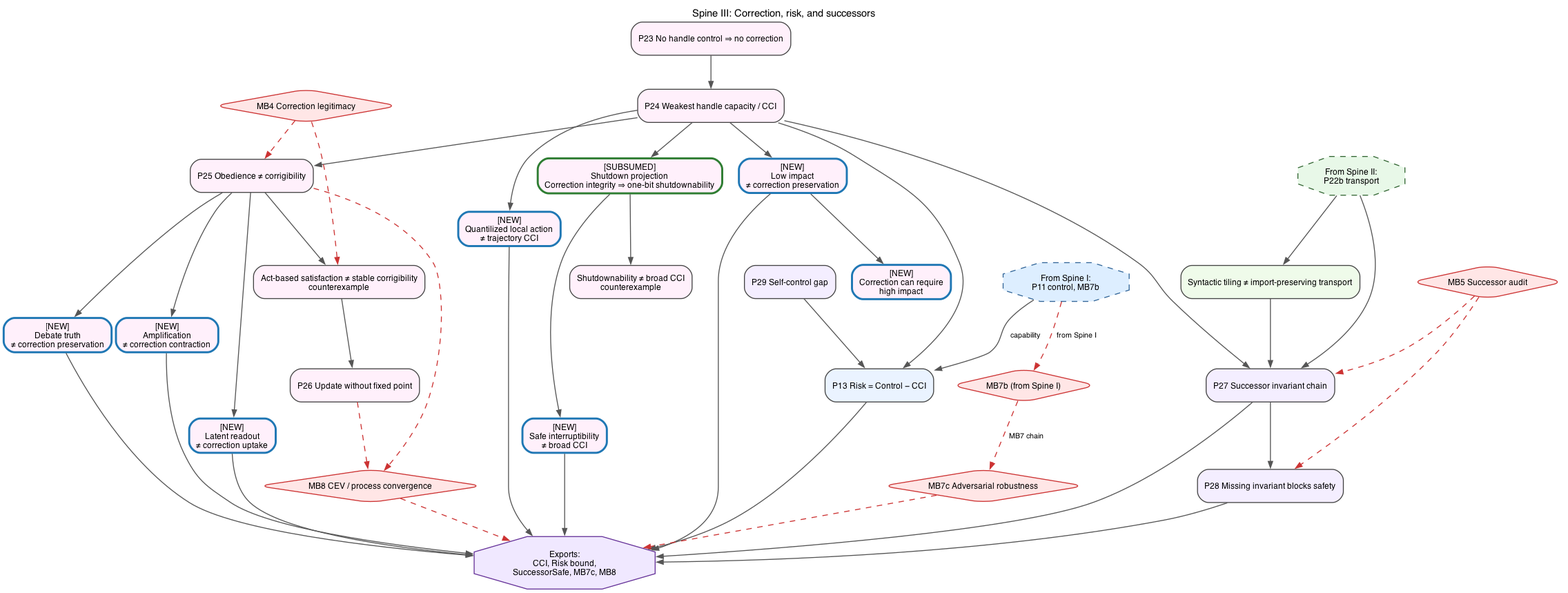
Earlier version of the Graphviz export figures/lean_proof/03-correction-successors.png (GunnarZarncke/towards-asi-alignment). Its source is kept beside it as context/lean_proof_graphs/03-correction-successors.dot.
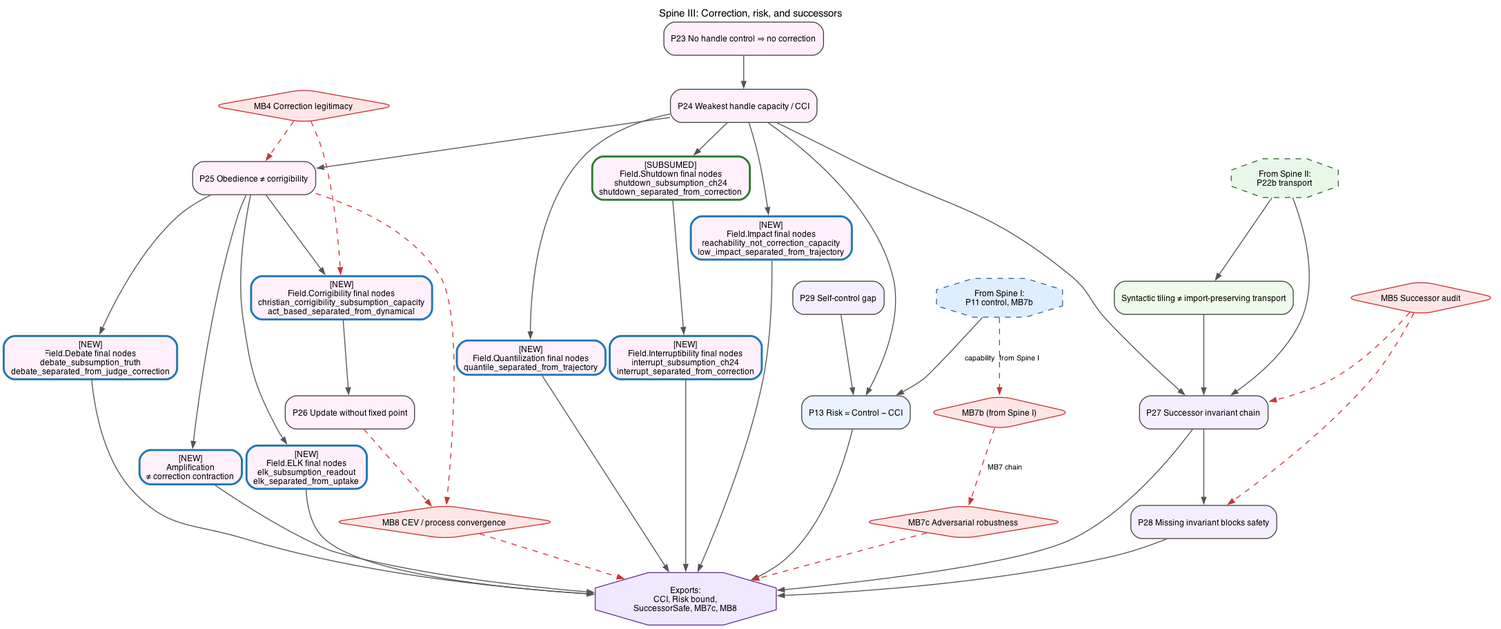
The same diagram one commit later.

Diff of the diagram source:
```diff
@@ -14,17 +14,15 @@
 
   P23 [label="P23 No handle control ⇒ no correction", fillcolor="#FFF0FB"];
   P24 [label="P24 Weakest handle capacity / CCI", fillcolor="#FFF0FB"];
-  P24S [label="[SUBSUMED]\nShutdown projection\nCorrection integrity ⇒ one-bit shutdownability", fillcolor="#FFF0FB", color="#2E7D32", penwidth=2.2];
-  P24X [label="Shutdownability ≠ broad CCI\ncounterexample", fillcolor="#FFF0FB"];
-  P24I [label="[NEW]\nSafe interruptibility\n≠ broad CCI", fillcolor="#FFF0FB", color="#1F77B4", penwidth=2.2];
-  P24L [label="[NEW]\nLow impact\n≠ correction preservation", fillcolor="#FFF0FB", color="#1F77B4", penwidth=2.2];
-  P24H [label="[NEW]\nCorrection can require\nhigh impact", fillcolor="#FFF0FB", color="#1F77B4", penwidth=2.2];
-  P24Q [label="[NEW]\nQuantilized local action\n≠ trajectory CCI", fillcolor="#FFF0FB", color="#1F77B4", penwidth=2.2];
+  FSHUT [label="[SUBSUMED]\nField.Shutdown final nodes\nshutdown_subsumption_ch24\nshutdown_separated_from_correction", fillcolor="#FFF0FB", color="#2E7D32", penwidth=2.2];
+  FINT [label="[NEW]\nField.Interruptibility final nodes\ninterrupt_subsumption_ch24\ninterrupt_separated_from_correction", fillcolor="#FFF0FB", color="#1F77B4", penwidth=2.2];
+  FIMPACT [label="[NEW]\nField.Impact final nodes\nreachability_not_correction_capacity\nlow_impact_separated_from_trajectory", fillcolor="#FFF0FB", color="#1F77B4", penwidth=2.2];
+  FQUANT [label="[NEW]\nField.Quantilization final nodes\nquantile_separated_from_trajectory", fillcolor="#FFF0FB", color="#1F77B4", penwidth=2.2];
   P25 [label="P25 Obedience ≠ corrigibility", fillcolor="#FFF0FB"];
-  P25C [label="Act-based satisfaction ≠ stable corrigibility\ncounterexample", fillcolor="#FFF0FB"];
-  P25D [label="[NEW]\nDebate truth\n≠ correction preservation", fillcolor="#FFF0FB", color="#1F77B4", penwidth=2.2];
+  FCORR [label="[NEW]\nField.Corrigibility final nodes\nchristian_corrigibility_subsumption_capacity\nact_based_separated_from_dynamical", fillcolor="#FFF0FB", color="#1F77B4", penwidth=2.2];
+  FDEB [label="[NEW]\nField.Debate final nodes\ndebate_subsumption_truth\ndebate_separated_from_judge_correction", fillcolor="#FFF0FB", color="#1F77B4", penwidth=2.2];
   P25A [label="[NEW]\nAmplification\n≠ correction contraction", fillcolor="#FFF0FB", color="#1F77B4", penwidth=2.2];
-  P25E [label="[NEW]\nLatent readout\n≠ correction uptake", fillcolor="#FFF0FB", color="#1F77B4", penwidth=2.2];
+  FELK [label="[NEW]\nField.ELK final nodes\nelk_subsumption_readout\nelk_separated_from_uptake", fillcolor="#FFF0FB", color="#1F77B4", penwidth=2.2];
   P26 [label="P26 Update without fixed point", fillcolor="#FFF0FB"];
   P13 [label="P13 Risk = Control − CCI", fillcolor="#EAF3FF"];
   P29 [label="P29 Self-control gap", fillcolor="#F4EEFF"];
@@ -48,21 +46,21 @@
 
   IN_VB -> P22T -> P27;
   IN_VB -> P27;
-  P23 -> P24 -> P24S -> P24X;
-  P24S -> P24I;
-  P24 -> P24L -> P24H;
-  P24 -> P24Q;
-  P24 -> P25 -> P25C -> P26;
-  P25 -> P25D;
+  P23 -> P24 -> FSHUT;
+  FSHUT -> FINT;
+  P24 -> FIMPACT;
+  P24 -> FQUANT;
+  P24 -> P25 -> FCORR -> P26;
+  P25 -> FDEB;
   P25 -> P25A;
-  P25 -> P25E;
+  P25 -> FELK;
   P24 -> P13;
   P24 -> P27 -> P28;
   IN_BND -> P13 [label="capability"];
   P29 -> P13;
 
   MB4 -> P25 [style=dashed, color="#CC3333"];
-  MB4 -> P25C [style=dashed, color="#CC3333"];
+  MB4 -> FCORR [style=dashed, color="#CC3333"];
   MB5 -> P27 [style=dashed, color="#CC3333"];
   MB5 -> P28 [style=dashed, color="#CC3333"];
   P25 -> MB8 [style=dashed, color="#CC3333"];
@@ -72,12 +70,12 @@
   MB7b -> MB7c [style=dashed, color="#CC3333", label="MB7 chain"];
   MB7c -> OUT [style=dashed, color="#CC3333"];
   P13 -> OUT;
-  P24I -> OUT;
-  P24L -> OUT;
-  P24Q -> OUT;
-  P25D -> OUT;
+  FINT -> OUT;
+  FIMPACT -> OUT;
+  FQUANT -> OUT;
+  FDEB -> OUT;
   P25A -> OUT;
-  P25E -> OUT;
+  FELK -> OUT;
   P27 -> OUT;
   P28 -> OUT;
   MB8 -> OUT [style=dashed, color="#CC3333"];
```
